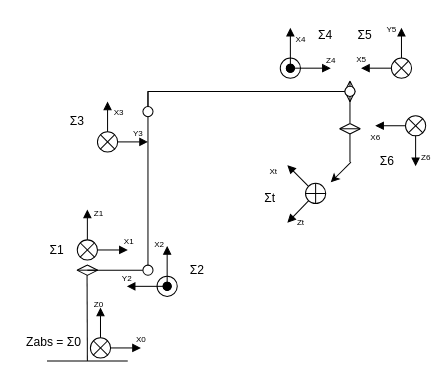
This is page "MiRobot" (2 of 2) of Kinematics6DoF.drawio from vmx17/Kinematics6DoF, a draw.io file, before an edit. Source tidied: cells renumbered, new cells numbered last; positions are measured from the earlier drawing's top-left corner, leaving out a move shared by most shapes. Both pictures are drawn from the tidied source at 101%, with x=0, y=0 at pixel (17, 20).
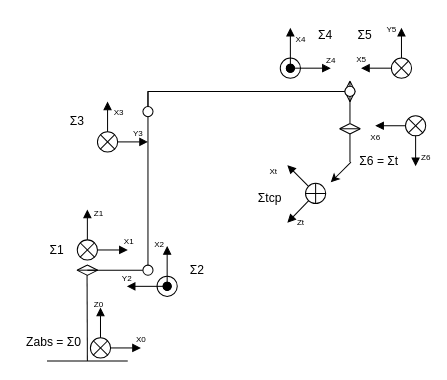
The same page after the edit.

Unchanged cells that the change refers to:
```xml
<mxCell id="43" style="group;rotation=-180;" parent="1" vertex="1">
  <mxGeometry x="354" y="94" width="50" height="66" as="geometry" />
</mxCell>
<mxCell id="56" style="group;rotation=-135;" parent="1" vertex="1">
  <mxGeometry x="243" y="144" width="50" height="66" as="geometry" />
</mxCell>
```

Change to the diagram source:
```diff
@@
-    <mxCell id="47" value="Σ6" style="text;html=1;align=center;verticalAlign=middle;whiteSpace=wrap;rounded=0;" parent="43" vertex="1">
-      <mxGeometry x="-8" y="30" width="40" height="30" as="geometry" />
+    <mxCell id="47" value="Σ6 = Σt" style="text;html=1;align=center;verticalAlign=middle;whiteSpace=wrap;rounded=0;" parent="43" vertex="1">
+      <mxGeometry x="-24" y="30" width="56" height="30" as="geometry" />
     </mxCell>
@@
-    <mxCell id="60" value="Σt" style="text;html=1;align=center;verticalAlign=middle;whiteSpace=wrap;rounded=0;rotation=0;" parent="56" vertex="1">
+    <mxCell id="60" value="Σtcp" style="text;html=1;align=center;verticalAlign=middle;whiteSpace=wrap;rounded=0;rotation=0;" parent="56" vertex="1">
       <mxGeometry x="-13" y="17" width="40" height="30" as="geometry" />
     </mxCell>
```
